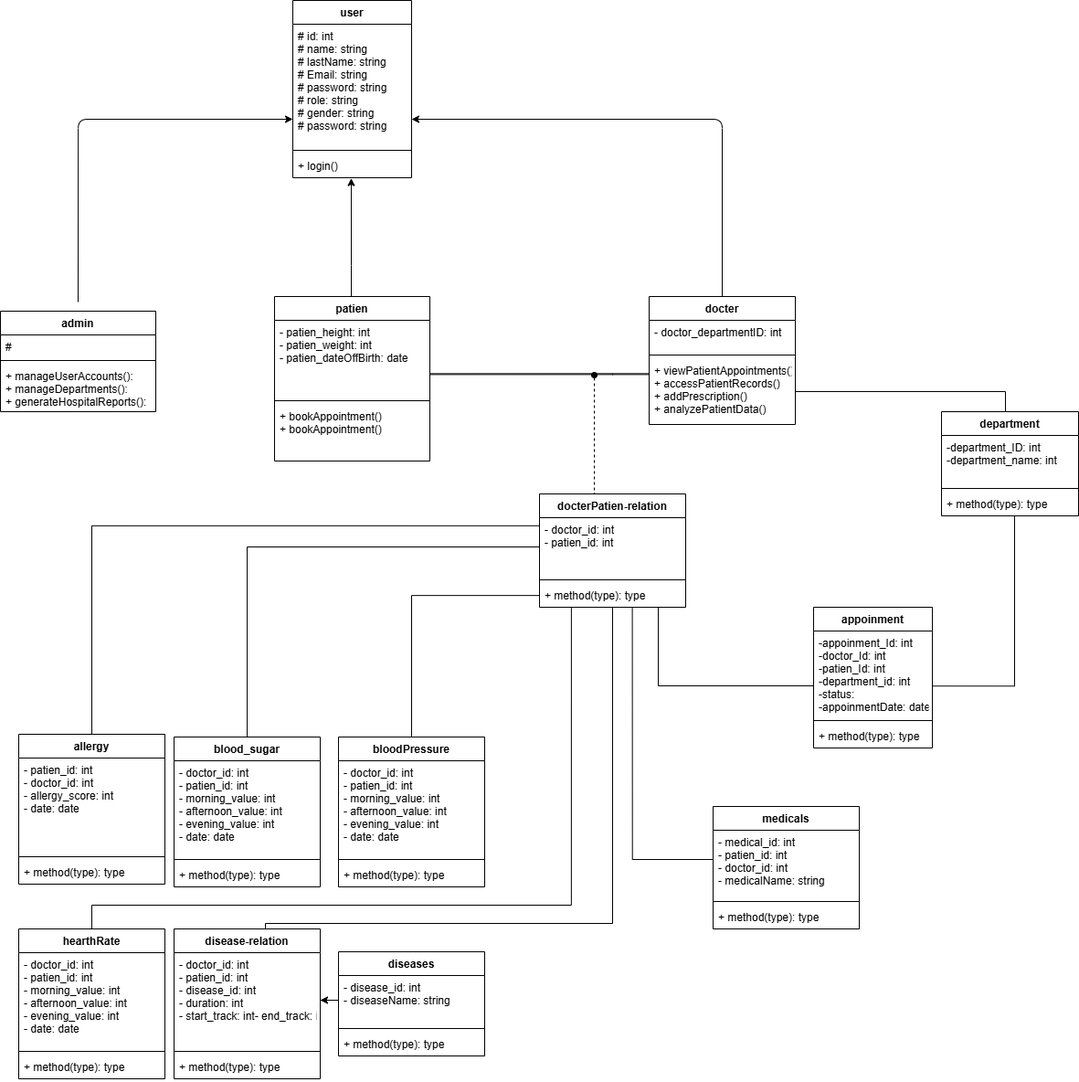
This is class.drawio.png from 9asdaoui/HealthGate, a draw.io export, as it was before one commit. Source tidied: cells renumbered, new cells last; positions are measured from the earlier drawing's top-left corner, leaving out a move shared by most shapes.
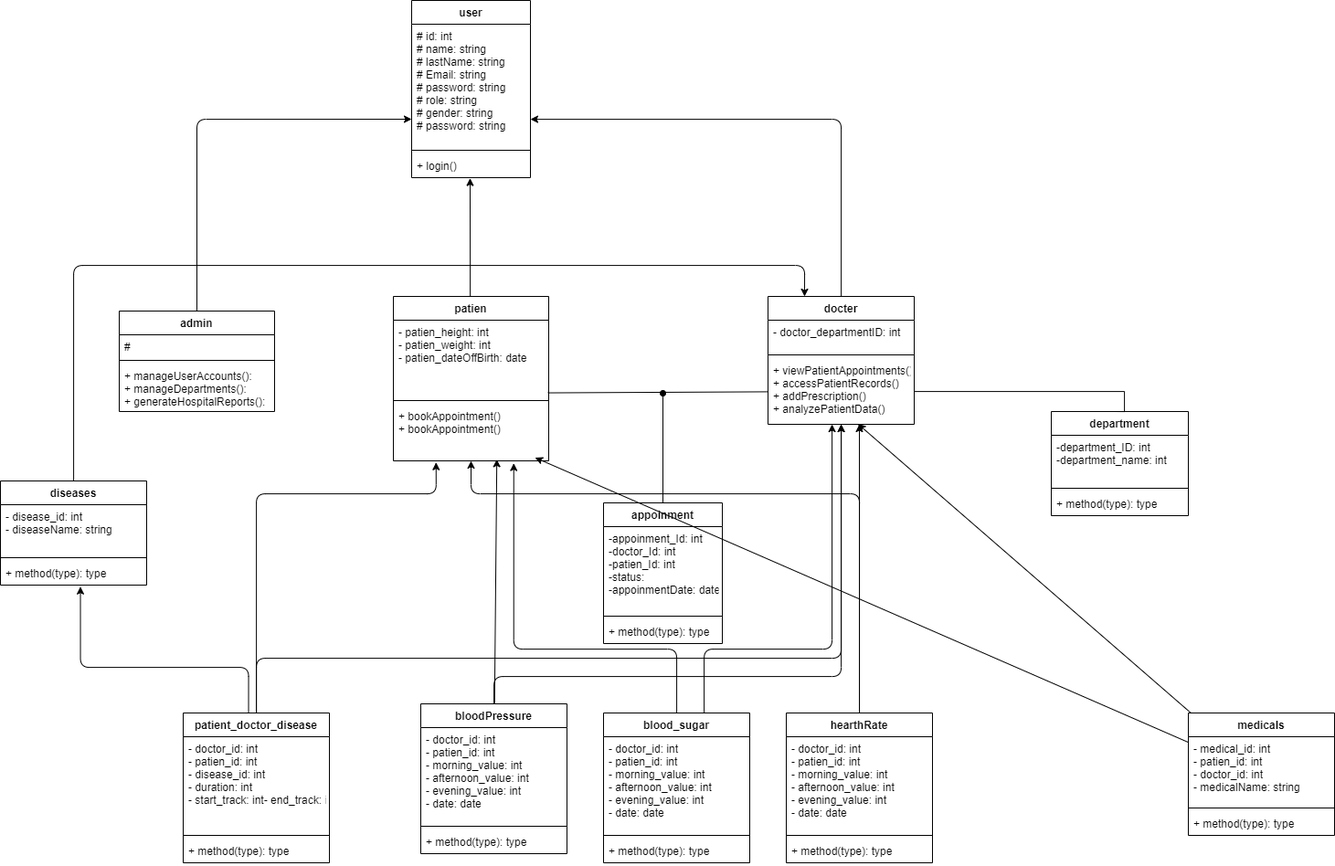
The same diagram one commit later.

Change to the diagram source:
```diff
@@ -16,5 +16,4 @@
     </mxCell>
-    <mxCell id="6" style="edgeStyle=orthogonalEdgeStyle;html=1;" parent="1" edge="1">
+    <mxCell id="6" style="edgeStyle=orthogonalEdgeStyle;html=1;exitX=0.5;exitY=0;exitDx=0;exitDy=0;" parent="1" edge="1" source="7">
       <mxGeometry relative="1" as="geometry">
-        <mxPoint x="85" y="330" as="sourcePoint" />
         <mxPoint x="320" y="130" as="targetPoint" />
@@ -22,3 +21,2 @@
           <mxPoint x="85" y="130" />
-          <mxPoint x="320" y="130" />
         </Array>
@@ -69,16 +67,4 @@
     </mxCell>
-    <mxCell id="20" value="docterPatien-relation" style="swimlane;fontStyle=1;align=center;verticalAlign=top;horizontal=1;startSize=26;" parent="1" vertex="1">
-      <mxGeometry x="590" y="540" width="160" height="124" as="geometry" />
-    </mxCell>
-    <mxCell id="21" value="- doctor_id: int&#10;- patien_id: int" style="text;strokeColor=none;fillColor=none;align=left;verticalAlign=top;spacingLeft=4;spacingRight=4;overflow=hidden;points=[[0,0.5],[1,0.5]];portConstraint=eastwest;" parent="20" vertex="1">
-      <mxGeometry y="26" width="160" height="64" as="geometry" />
-    </mxCell>
-    <mxCell id="22" style="line;strokeWidth=1;fillColor=none;align=left;verticalAlign=middle;spacingTop=-1;spacingLeft=3;spacingRight=3;labelPosition=right;strokeColor=inherit;" parent="20" vertex="1">
-      <mxGeometry y="90" width="160" height="8" as="geometry" />
-    </mxCell>
-    <mxCell id="23" value="+ method(type): type" style="text;strokeColor=none;fillColor=none;align=left;verticalAlign=top;spacingLeft=4;spacingRight=4;overflow=hidden;points=[[0,0.5],[1,0.5]];portConstraint=eastwest;" parent="20" vertex="1">
-      <mxGeometry y="98" width="160" height="26" as="geometry" />
-    </mxCell>
     <mxCell id="24" value="department" style="swimlane;fontStyle=1;align=center;verticalAlign=top;horizontal=1;startSize=26;" parent="1" vertex="1">
-      <mxGeometry x="1030" y="450" width="150" height="114" as="geometry" />
+      <mxGeometry x="1020" y="450" width="150" height="114" as="geometry" />
     </mxCell>
@@ -93,6 +79,11 @@
     </mxCell>
+    <mxCell id="73" style="edgeStyle=none;html=1;endArrow=oval;endFill=1;" parent="1" edge="1" source="28">
+      <mxGeometry relative="1" as="geometry">
+        <mxPoint x="595" y="430" as="targetPoint" />
+      </mxGeometry>
+    </mxCell>
     <mxCell id="28" value="appoinment" style="swimlane;fontStyle=1;align=center;verticalAlign=top;horizontal=1;startSize=26;" parent="1" vertex="1">
-      <mxGeometry x="890" y="664" width="130" height="154" as="geometry" />
+      <mxGeometry x="530" y="550" width="130" height="154" as="geometry" />
     </mxCell>
-    <mxCell id="29" value="-appoinment_Id: int&#10;-doctor_Id: int&#10;-patien_Id: int&#10;-department_id: int&#10;-status:&#10;-appoinmentDate: date&#10;" style="text;strokeColor=none;fillColor=none;align=left;verticalAlign=top;spacingLeft=4;spacingRight=4;overflow=hidden;points=[[0,0.5],[1,0.5]];portConstraint=eastwest;" parent="28" vertex="1">
+    <mxCell id="29" value="-appoinment_Id: int&#10;-doctor_Id: int&#10;-patien_Id: int&#10;-status:&#10;-appoinmentDate: date&#10;" style="text;strokeColor=none;fillColor=none;align=left;verticalAlign=top;spacingLeft=4;spacingRight=4;overflow=hidden;points=[[0,0.5],[1,0.5]];portConstraint=eastwest;" parent="28" vertex="1">
       <mxGeometry y="26" width="130" height="94" as="geometry" />
@@ -106,3 +97,3 @@
     <mxCell id="32" value="diseases" style="swimlane;fontStyle=1;align=center;verticalAlign=top;horizontal=1;startSize=26;" parent="1" vertex="1">
-      <mxGeometry x="370" y="1041" width="160" height="114" as="geometry" />
+      <mxGeometry x="-130" y="526" width="160" height="114" as="geometry" />
     </mxCell>
@@ -117,12 +108,12 @@
     </mxCell>
-    <mxCell id="36" style="edgeStyle=orthogonalEdgeStyle;rounded=0;jettySize=auto;html=1;endArrow=none;startFill=0;" parent="1" edge="1" source="37" target="23">
-      <mxGeometry relative="1" as="geometry">
-        <Array as="points">
-          <mxPoint x="290" y="1010" />
-          <mxPoint x="670" y="1010" />
-        </Array>
-      </mxGeometry>
-    </mxCell>
+    <mxCell id="74" style="edgeStyle=orthogonalEdgeStyle;html=1;" parent="1" edge="1" source="37" target="15">
+      <mxGeometry relative="1" as="geometry">
+        <Array as="points">
+          <mxPoint x="150" y="720" />
+          <mxPoint x="790" y="720" />
+        </Array>
+      </mxGeometry>
+    </mxCell>
-    <mxCell id="37" value="disease-relation" style="swimlane;fontStyle=1;align=center;verticalAlign=top;horizontal=1;startSize=26;" parent="1" vertex="1">
-      <mxGeometry x="190" y="1016" width="160" height="164" as="geometry" />
+    <mxCell id="37" value="patient_doctor_disease" style="swimlane;fontStyle=1;align=center;verticalAlign=top;horizontal=1;startSize=26;" parent="1" vertex="1">
+      <mxGeometry x="70" y="780" width="160" height="164" as="geometry" />
     </mxCell>
@@ -138,3 +129,3 @@
     <mxCell id="41" value="medicals" style="swimlane;fontStyle=1;align=center;verticalAlign=top;horizontal=1;startSize=26;" parent="1" vertex="1">
-      <mxGeometry x="780" y="882" width="160" height="134" as="geometry" />
+      <mxGeometry x="1170" y="780" width="160" height="134" as="geometry" />
     </mxCell>
@@ -149,7 +140,12 @@
     </mxCell>
-    <mxCell id="45" style="edgeStyle=orthogonalEdgeStyle;rounded=0;jettySize=auto;html=1;entryX=0;entryY=0.5;entryDx=0;entryDy=0;endArrow=none;startFill=0;" parent="1" edge="1" source="46" target="21">
-      <mxGeometry relative="1" as="geometry" />
-    </mxCell>
+    <mxCell id="75" style="edgeStyle=orthogonalEdgeStyle;html=1;" parent="1" edge="1" source="46" target="15">
+      <mxGeometry relative="1" as="geometry">
+        <Array as="points">
+          <mxPoint x="640" y="710" />
+          <mxPoint x="780" y="710" />
+        </Array>
+      </mxGeometry>
+    </mxCell>
     <mxCell id="46" value="blood_sugar" style="swimlane;fontStyle=1;align=center;verticalAlign=top;horizontal=1;startSize=26;" parent="1" vertex="1">
-      <mxGeometry x="190" y="806" width="160" height="164" as="geometry" />
+      <mxGeometry x="530" y="780" width="160" height="164" as="geometry" />
     </mxCell>
@@ -164,4 +160,12 @@
     </mxCell>
+    <mxCell id="76" style="edgeStyle=orthogonalEdgeStyle;html=1;" parent="1" edge="1" source="50" target="19">
+      <mxGeometry relative="1" as="geometry">
+        <Array as="points">
+          <mxPoint x="810" y="540" />
+          <mxPoint x="385" y="540" />
+        </Array>
+      </mxGeometry>
+    </mxCell>
     <mxCell id="50" value="hearthRate" style="swimlane;fontStyle=1;align=center;verticalAlign=top;horizontal=1;startSize=26;" parent="1" vertex="1">
-      <mxGeometry x="20" y="1016" width="160" height="164" as="geometry" />
+      <mxGeometry x="730" y="780" width="160" height="164" as="geometry" />
     </mxCell>
@@ -176,19 +180,12 @@
     </mxCell>
-    <mxCell id="54" value="allergy" style="swimlane;fontStyle=1;align=center;verticalAlign=top;horizontal=1;startSize=26;" parent="1" vertex="1">
-      <mxGeometry x="20" y="803" width="160" height="164" as="geometry" />
-    </mxCell>
-    <mxCell id="55" value="- patien_id: int&#10;- doctor_id: int&#10;- allergy_score: int&#10;- date: date&#10;" style="text;strokeColor=none;fillColor=none;align=left;verticalAlign=top;spacingLeft=4;spacingRight=4;overflow=hidden;" parent="54" vertex="1">
-      <mxGeometry y="26" width="160" height="104" as="geometry" />
-    </mxCell>
-    <mxCell id="56" style="line;strokeWidth=1;fillColor=none;align=left;verticalAlign=middle;spacingTop=-1;spacingLeft=3;spacingRight=3;labelPosition=right;strokeColor=inherit;" parent="54" vertex="1">
-      <mxGeometry y="130" width="160" height="8" as="geometry" />
-    </mxCell>
-    <mxCell id="57" value="+ method(type): type" style="text;strokeColor=none;fillColor=none;align=left;verticalAlign=top;spacingLeft=4;spacingRight=4;overflow=hidden;" parent="54" vertex="1">
-      <mxGeometry y="138" width="160" height="26" as="geometry" />
-    </mxCell>
-    <mxCell id="58" style="edgeStyle=orthogonalEdgeStyle;rounded=0;jettySize=auto;html=1;endArrow=none;startFill=0;" parent="1" edge="1" source="59" target="23">
-      <mxGeometry relative="1" as="geometry" />
-    </mxCell>
+    <mxCell id="77" style="edgeStyle=orthogonalEdgeStyle;html=1;" parent="1" edge="1" source="59" target="15">
+      <mxGeometry relative="1" as="geometry">
+        <Array as="points">
+          <mxPoint x="410" y="740" />
+          <mxPoint x="790" y="740" />
+        </Array>
+      </mxGeometry>
+    </mxCell>
     <mxCell id="59" value="bloodPressure" style="swimlane;fontStyle=1;align=center;verticalAlign=top;horizontal=1;startSize=26;" parent="1" vertex="1">
-      <mxGeometry x="370" y="806" width="160" height="164" as="geometry" />
+      <mxGeometry x="330" y="770" width="160" height="164" as="geometry" />
     </mxCell>
@@ -203,69 +200,71 @@
     </mxCell>
-    <mxCell id="63" style="edgeStyle=orthogonalEdgeStyle;shape=link;html=1;entryX=1;entryY=0.701;entryDx=0;entryDy=0;entryPerimeter=0;width=1;" parent="1" edge="1" source="15" target="17">
-      <mxGeometry relative="1" as="geometry">
-        <Array as="points">
-          <mxPoint x="670" y="409" />
-        </Array>
-      </mxGeometry>
-    </mxCell>
+    <mxCell id="66" style="edgeStyle=orthogonalEdgeStyle;rounded=0;jettySize=auto;html=1;endArrow=none;startFill=0;" parent="1" edge="1" source="15">
+      <mxGeometry relative="1" as="geometry">
+        <mxPoint x="1090" y="450" as="targetPoint" />
+        <Array as="points">
+          <mxPoint x="1100" y="428" />
+          <mxPoint x="1100" y="450" />
+        </Array>
+      </mxGeometry>
+    </mxCell>
+    <mxCell id="72" style="edgeStyle=orthogonalEdgeStyle;rounded=0;jettySize=auto;html=1;entryX=0.492;entryY=1.023;entryDx=0;entryDy=0;entryPerimeter=0;" parent="1" edge="1" source="16" target="5">
+      <mxGeometry relative="1" as="geometry">
+        <Array as="points">
+          <mxPoint x="384" y="290" />
+          <mxPoint x="384" y="290" />
+        </Array>
+      </mxGeometry>
+    </mxCell>
-    <mxCell id="64" style="edgeStyle=orthogonalEdgeStyle;html=1;fontSize=8;dashed=1;endArrow=none;endFill=0;startArrow=oval;startFill=1;" parent="1" edge="1" target="20">
-      <mxGeometry relative="1" as="geometry">
-        <mxPoint x="650" y="410" as="sourcePoint" />
-        <Array as="points">
-          <mxPoint x="650" y="410" />
-        </Array>
-      </mxGeometry>
+    <mxCell id="64" style="edgeStyle=none;html=1;entryX=0.995;entryY=0.947;entryDx=0;entryDy=0;entryPerimeter=0;endArrow=none;endFill=0;" parent="1" edge="1" source="15" target="17">
+      <mxGeometry relative="1" as="geometry" />
     </mxCell>
-    <mxCell id="65" style="edgeStyle=orthogonalEdgeStyle;rounded=0;jettySize=auto;html=1;entryX=0.996;entryY=0.641;entryDx=0;entryDy=0;entryPerimeter=0;endArrow=none;startFill=0;" parent="1" edge="1" source="27" target="29">
-      <mxGeometry relative="1" as="geometry">
-        <Array as="points">
-          <mxPoint x="1110" y="750" />
-        </Array>
-      </mxGeometry>
-    </mxCell>
-    <mxCell id="66" style="edgeStyle=orthogonalEdgeStyle;rounded=0;jettySize=auto;html=1;endArrow=none;startFill=0;" parent="1" edge="1" source="15">
-      <mxGeometry relative="1" as="geometry">
-        <mxPoint x="1090" y="450" as="targetPoint" />
-        <Array as="points">
-          <mxPoint x="1100" y="428" />
-          <mxPoint x="1100" y="450" />
-        </Array>
-      </mxGeometry>
-    </mxCell>
-    <mxCell id="67" style="edgeStyle=orthogonalEdgeStyle;rounded=0;jettySize=auto;html=1;endArrow=none;startFill=0;" parent="1" edge="1" source="29" target="23">
-      <mxGeometry relative="1" as="geometry">
-        <Array as="points">
-          <mxPoint x="720" y="750" />
-        </Array>
-      </mxGeometry>
-    </mxCell>
-    <mxCell id="68" style="edgeStyle=orthogonalEdgeStyle;rounded=0;jettySize=auto;html=1;" parent="1" edge="1" source="33" target="38">
-      <mxGeometry relative="1" as="geometry" />
-    </mxCell>
-    <mxCell id="69" style="edgeStyle=orthogonalEdgeStyle;rounded=0;jettySize=auto;html=1;entryX=-0.003;entryY=0.138;entryDx=0;entryDy=0;entryPerimeter=0;endArrow=none;startFill=0;" parent="1" edge="1" source="54" target="21">
-      <mxGeometry relative="1" as="geometry" />
-    </mxCell>
-    <mxCell id="70" style="edgeStyle=orthogonalEdgeStyle;rounded=0;jettySize=auto;html=1;entryX=0.218;entryY=1.004;entryDx=0;entryDy=0;entryPerimeter=0;endArrow=none;startFill=0;" parent="1" edge="1" source="50" target="23">
-      <mxGeometry relative="1" as="geometry">
-        <Array as="points">
-          <mxPoint x="100" y="990" />
-          <mxPoint x="625" y="990" />
-        </Array>
-      </mxGeometry>
-    </mxCell>
-    <mxCell id="71" style="edgeStyle=orthogonalEdgeStyle;rounded=0;jettySize=auto;html=1;entryX=0.635;entryY=1.015;entryDx=0;entryDy=0;entryPerimeter=0;endArrow=none;startFill=0;" parent="1" edge="1" source="41" target="23">
-      <mxGeometry relative="1" as="geometry">
-        <Array as="points">
-          <mxPoint x="692" y="940" />
-        </Array>
-      </mxGeometry>
-    </mxCell>
-    <mxCell id="72" style="edgeStyle=orthogonalEdgeStyle;rounded=0;jettySize=auto;html=1;entryX=0.492;entryY=1.023;entryDx=0;entryDy=0;entryPerimeter=0;" parent="1" edge="1" source="16" target="5">
-      <mxGeometry relative="1" as="geometry">
-        <Array as="points">
-          <mxPoint x="384" y="290" />
-          <mxPoint x="384" y="290" />
-        </Array>
-      </mxGeometry>
-    </mxCell>
+    <mxCell id="78" style="edgeStyle=orthogonalEdgeStyle;html=1;" parent="1" edge="1" source="50" target="15">
+      <mxGeometry relative="1" as="geometry">
+        <Array as="points">
+          <mxPoint x="810" y="460" />
+          <mxPoint x="810" y="460" />
+        </Array>
+      </mxGeometry>
+    </mxCell>
+    <mxCell id="79" style="edgeStyle=orthogonalEdgeStyle;html=1;entryX=0.547;entryY=1.067;entryDx=0;entryDy=0;entryPerimeter=0;exitX=0.447;exitY=-0.002;exitDx=0;exitDy=0;exitPerimeter=0;" parent="1" edge="1" source="37" target="35">
+      <mxGeometry relative="1" as="geometry">
+        <Array as="points">
+          <mxPoint x="142" y="730" />
+          <mxPoint x="-43" y="730" />
+        </Array>
+      </mxGeometry>
+    </mxCell>
+    <mxCell id="80" style="edgeStyle=orthogonalEdgeStyle;html=1;entryX=0.275;entryY=1.028;entryDx=0;entryDy=0;entryPerimeter=0;" parent="1" edge="1" source="37" target="19">
+      <mxGeometry relative="1" as="geometry">
+        <Array as="points">
+          <mxPoint x="150" y="540" />
+          <mxPoint x="347" y="540" />
+        </Array>
+      </mxGeometry>
+    </mxCell>
+    <mxCell id="81" style="edgeStyle=none;html=1;entryX=0.666;entryY=0.974;entryDx=0;entryDy=0;entryPerimeter=0;" parent="1" edge="1" source="59" target="19">
+      <mxGeometry relative="1" as="geometry" />
+    </mxCell>
+    <mxCell id="82" style="edgeStyle=orthogonalEdgeStyle;html=1;entryX=0.775;entryY=1.042;entryDx=0;entryDy=0;entryPerimeter=0;" parent="1" edge="1" source="46" target="19">
+      <mxGeometry relative="1" as="geometry">
+        <Array as="points">
+          <mxPoint x="610" y="710" />
+          <mxPoint x="432" y="710" />
+        </Array>
+      </mxGeometry>
+    </mxCell>
+    <mxCell id="83" style="edgeStyle=none;html=1;entryX=0.615;entryY=0.994;entryDx=0;entryDy=0;entryPerimeter=0;" parent="1" edge="1" source="41" target="15">
+      <mxGeometry relative="1" as="geometry" />
+    </mxCell>
+    <mxCell id="84" style="edgeStyle=none;html=1;entryX=0.912;entryY=0.943;entryDx=0;entryDy=0;entryPerimeter=0;" parent="1" edge="1" source="41" target="19">
+      <mxGeometry relative="1" as="geometry" />
+    </mxCell>
+    <mxCell id="85" style="edgeStyle=orthogonalEdgeStyle;html=1;entryX=0.25;entryY=0;entryDx=0;entryDy=0;" parent="1" edge="1" source="32" target="12">
+      <mxGeometry relative="1" as="geometry">
+        <Array as="points">
+          <mxPoint x="-50" y="290" />
+          <mxPoint x="750" y="290" />
+        </Array>
+      </mxGeometry>
+    </mxCell>
   </root>
```
